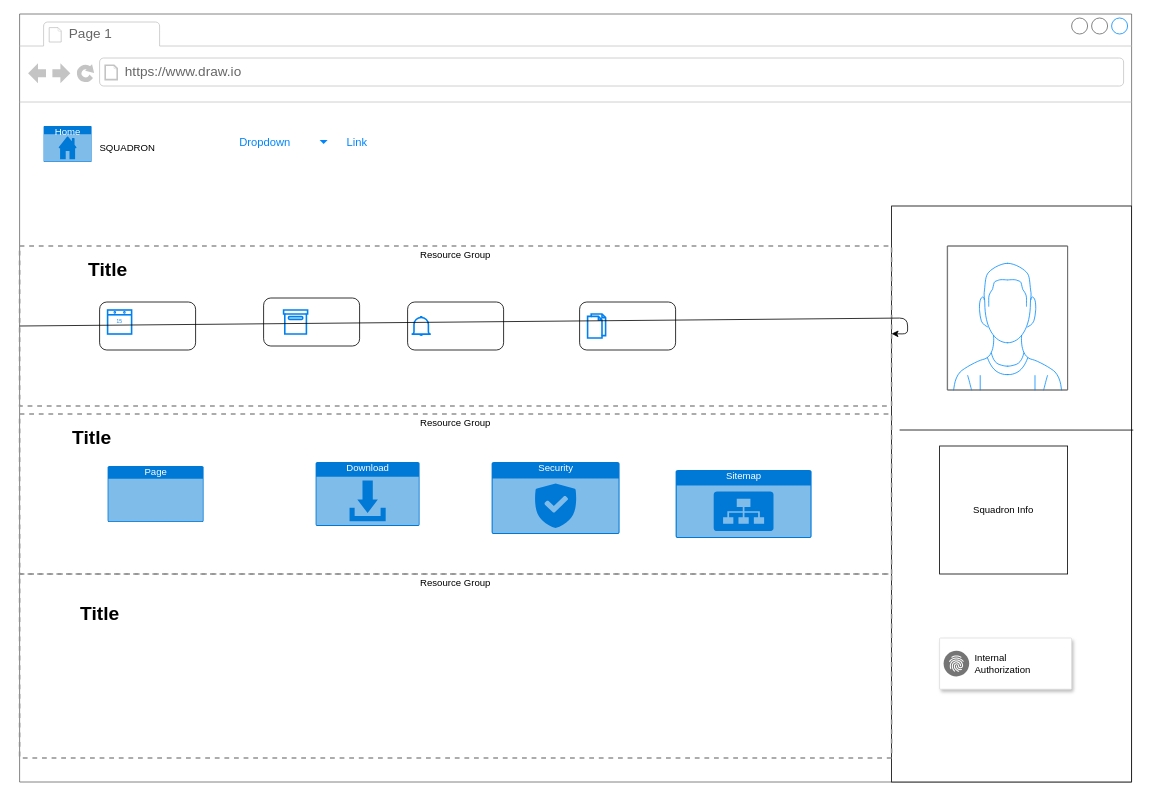
Earlier version of the draw.io diagram WireFrame- Home Navigation sites.drawio (Kadena-AB-Data-Operations/WireFrame). Source tidied: cells renumbered, new cells numbered last; positions are measured from the earlier drawing's top-left corner, leaving out a move shared by most shapes. Both pictures are drawn from the tidied source at 80%, with x=0, y=0 at pixel (19, 14).
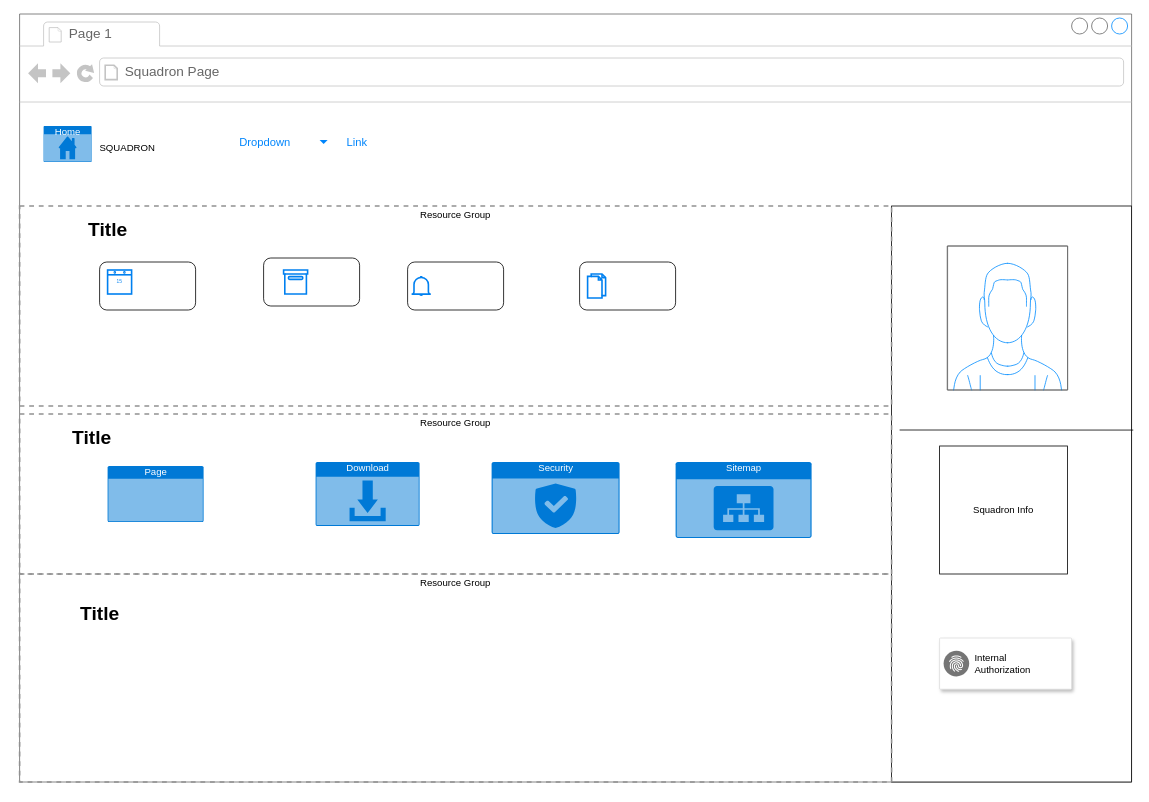
The same page after the edit.

Unchanged cells that the change refers to:
```xml
<mxCell id="3" style="strokeWidth=1;shadow=0;dashed=0;align=center;html=1;shape=mxgraph.mockup.containers.browserWindow;rSize=0;strokeColor=#666666;strokeColor2=#008cff;strokeColor3=#c4c4c4;mainText=,;" parent="1" vertex="1">
  <mxGeometry width="1390" height="960" as="geometry" />
</mxCell>
<mxCell id="16" value="Resource Group" style="fontStyle=0;verticalAlign=top;align=center;spacingTop=-2;fillColor=none;rounded=0;whiteSpace=wrap;html=1;strokeColor=#919191;strokeWidth=2;dashed=1;" parent="3" vertex="1">
  <mxGeometry y="500" width="1090" height="200" as="geometry" />
</mxCell>
```

The edit, as a diff of the source:
```diff
@@
-    <mxCell id="5" value="https://www.draw.io" style="strokeWidth=1;shadow=0;dashed=0;align=center;html=1;shape=mxgraph.mockup.containers.anchor;rSize=0;fontSize=17;fontColor=#666666;align=left;" parent="3" vertex="1">
+    <mxCell id="5" value="Squadron Page" style="strokeWidth=1;shadow=0;dashed=0;align=center;html=1;shape=mxgraph.mockup.containers.anchor;rSize=0;fontSize=17;fontColor=#666666;align=left;" parent="3" vertex="1">
       <mxGeometry x="130" y="60" width="250" height="26" as="geometry" />
     </mxCell>
@@
     <mxCell id="20" value="Sitemap" style="html=1;strokeColor=none;fillColor=#0079D6;labelPosition=center;verticalLabelPosition=middle;verticalAlign=top;align=center;fontSize=12;spacingTop=-6;fontColor=#FFFFFF;sketch=0;shape=mxgraph.sitemap.sitemap;" parent="16" vertex="1">
-      <mxGeometry x="820" y="70" width="170" height="85" as="geometry" />
+      <mxGeometry x="820" y="60" width="170" height="95" as="geometry" />
     </mxCell>
@@
+    <mxCell id="36" style="edgeStyle=none;html=1;exitX=0.5;exitY=1;exitDx=0;exitDy=0;" parent="3" edge="1" source="22" target="3">
+      <mxGeometry relative="1" as="geometry" />
+    </mxCell>
     <mxCell id="22" value="Resource Group" style="fontStyle=0;verticalAlign=top;align=center;spacingTop=-2;fillColor=none;rounded=0;whiteSpace=wrap;html=1;strokeColor=#919191;strokeWidth=2;dashed=1;" parent="3" vertex="1">
-      <mxGeometry y="700" width="1090" height="230" as="geometry" />
+      <mxGeometry y="700" width="1090" height="260" as="geometry" />
     </mxCell>
@@
     <mxCell id="24" value="Resource Group" style="fontStyle=0;verticalAlign=top;align=center;spacingTop=-2;fillColor=none;rounded=0;whiteSpace=wrap;html=1;strokeColor=#919191;strokeWidth=2;dashed=1;" parent="3" vertex="1">
-      <mxGeometry y="290" width="1090" height="200" as="geometry" />
+      <mxGeometry y="240" width="1090" height="250" as="geometry" />
     </mxCell>
@@
-    <mxCell id="34" style="edgeStyle=none;html=1;exitX=0;exitY=0.5;exitDx=0;exitDy=0;" parent="3" edge="1" source="24" target="24">
-      <mxGeometry relative="1" as="geometry" />
-    </mxCell>
```
